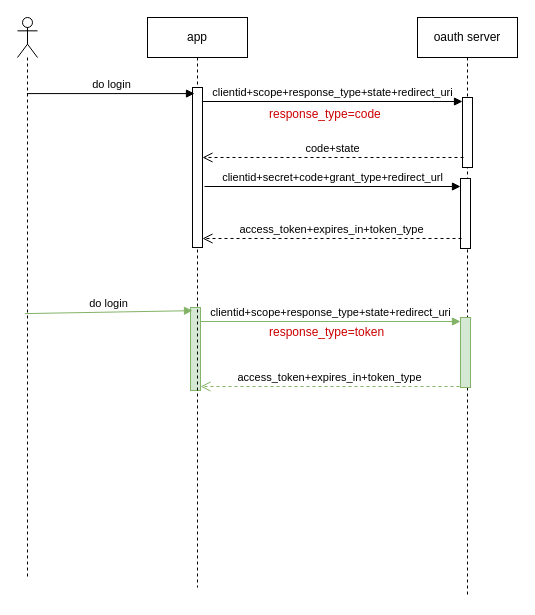
The draw.io diagram oauth2认证.drawio in guowenshuai/draw.io, before the edit. Source tidied: cells renumbered, new cells numbered last; positions are measured from the earlier drawing's top-left corner, leaving out a move shared by most shapes. Both pictures are drawn from the tidied source at 100%, with x=0, y=0 at pixel (17, 17).
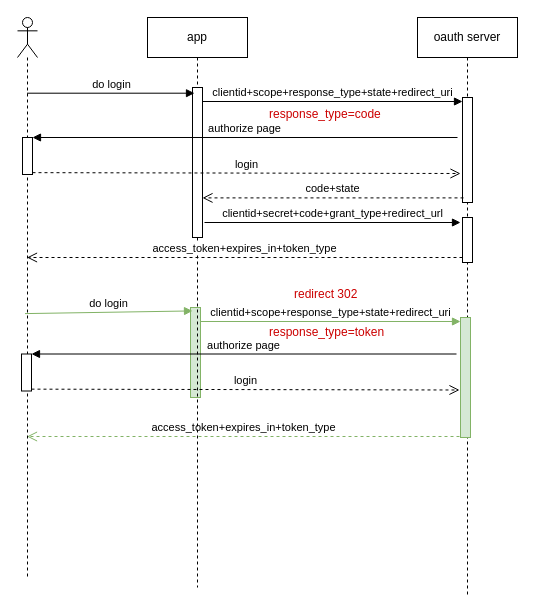
Above is the later version.

The change refers to these unchanged cells:
```xml
<mxCell id="2" value="oauth server" style="shape=umlLifeline;perimeter=lifelinePerimeter;whiteSpace=wrap;html=1;" parent="1" vertex="1">
  <mxGeometry x="400" width="100" height="580" as="geometry" />
</mxCell>
<mxCell id="9" style="shape=umlLifeline;participant=umlActor;perimeter=lifelinePerimeter;whiteSpace=wrap;html=1;verticalAlign=top;spacingTop=36;labelBackgroundColor=#ffffff;outlineConnect=0;" parent="1" vertex="1">
  <mxGeometry width="20" height="560" as="geometry" />
</mxCell>
<mxCell id="10" value="app" style="shape=umlLifeline;perimeter=lifelinePerimeter;whiteSpace=wrap;html=1;" parent="1" vertex="1">
  <mxGeometry x="130" width="100" height="570" as="geometry" />
</mxCell>
```

The edit, as a diff of the source:
```diff
@@
     <mxCell id="3" style="html=1;points=[];perimeter=orthogonalPerimeter;" parent="2" vertex="1">
-      <mxGeometry x="45" y="80" width="10" height="70" as="geometry" />
+      <mxGeometry x="45" y="80" width="10" height="105" as="geometry" />
     </mxCell>
     <mxCell id="4" style="html=1;perimeter=orthogonalPerimeter;fillColor=#d5e8d4;strokeColor=#82b366;" parent="2" vertex="1">
-      <mxGeometry x="43" y="300" width="10" height="70" as="geometry" />
+      <mxGeometry x="43" y="300" width="10" height="120" as="geometry" />
     </mxCell>
     <mxCell id="5" style="html=1;points=[];perimeter=orthogonalPerimeter;fillColor=#d5e8d4;strokeColor=#82b366;" parent="2" vertex="1">
-      <mxGeometry x="-227" y="290" width="10" height="83" as="geometry" />
+      <mxGeometry x="-227" y="290" width="10" height="90" as="geometry" />
     </mxCell>
@@
-    <mxCell id="8" value="access_token+expires_in+token_type" style="html=1;verticalAlign=bottom;endArrow=open;dashed=1;endSize=8;exitX=0.1;exitY=0.857;exitDx=0;exitDy=0;exitPerimeter=0;fillColor=#d5e8d4;strokeColor=#82b366;" parent="2" edge="1">
+    <mxCell id="8" value="access_token+expires_in+token_type" style="html=1;verticalAlign=bottom;endArrow=open;dashed=1;endSize=8;exitX=0.1;exitY=0.857;exitDx=0;exitDy=0;exitPerimeter=0;fillColor=#d5e8d4;strokeColor=#82b366;" parent="2" edge="1" target="9">
       <mxGeometry relative="1" as="geometry">
-        <mxPoint x="42" y="369" as="sourcePoint" />
-        <mxPoint x="-217" y="369" as="targetPoint" />
+        <mxPoint x="42" y="419" as="sourcePoint" />
       </mxGeometry>
     </mxCell>
+    <mxCell id="20" style="html=1;points=[];perimeter=orthogonalPerimeter;" parent="2" vertex="1">
+      <mxGeometry x="45" y="200" width="10" height="45" as="geometry" />
+    </mxCell>
@@
+    <mxCell id="21" style="html=1;points=[];perimeter=orthogonalPerimeter;fontColor=#CC0000;" parent="9" vertex="1">
+      <mxGeometry x="5" y="120" width="10" height="37" as="geometry" />
+    </mxCell>
+    <mxCell id="22" style="html=1;points=[];perimeter=orthogonalPerimeter;fontColor=#CC0000;" parent="9" vertex="1">
+      <mxGeometry x="4" y="336.5" width="10" height="37" as="geometry" />
+    </mxCell>
+    <mxCell id="23" value="authorize page" style="html=1;verticalAlign=bottom;endArrow=block;entryX=1;entryY=0;fontColor=#000000;" parent="9" edge="1" target="22">
+      <mxGeometry relative="1" as="geometry">
+        <mxPoint x="439" y="336.5" as="sourcePoint" />
+      </mxGeometry>
+    </mxCell>
+    <mxCell id="24" value="login" style="html=1;verticalAlign=bottom;endArrow=open;dashed=1;endSize=8;exitX=1;exitY=0.95;fontColor=#000000;entryX=0;entryY=0.783;entryDx=0;entryDy=0;entryPerimeter=0;" parent="9" edge="1" source="22">
+      <mxGeometry relative="1" as="geometry">
+        <mxPoint x="442" y="372.5" as="targetPoint" />
+      </mxGeometry>
+    </mxCell>
@@
     <mxCell id="11" style="html=1;points=[];perimeter=orthogonalPerimeter;" parent="10" vertex="1">
-      <mxGeometry x="45" y="70" width="10" height="160" as="geometry" />
+      <mxGeometry x="45" y="70" width="10" height="150" as="geometry" />
     </mxCell>
@@
-    <mxCell id="14" value="code+state" style="html=1;verticalAlign=bottom;endArrow=open;dashed=1;endSize=8;exitX=0.1;exitY=0.857;exitDx=0;exitDy=0;exitPerimeter=0;" parent="1" edge="1" source="3" target="11">
-      <mxGeometry relative="1" as="geometry" />
+    <mxCell id="14" value="code+state" style="html=1;verticalAlign=bottom;endArrow=open;dashed=1;endSize=8;exitX=0.1;exitY=0.857;exitDx=0;exitDy=0;exitPerimeter=0;" parent="1" edge="1">
+      <mxGeometry relative="1" as="geometry">
+        <mxPoint x="446" y="180.4" as="sourcePoint" />
+        <mxPoint x="185" y="180.4" as="targetPoint" />
+      </mxGeometry>
     </mxCell>
-    <mxCell id="15" style="html=1;points=[];perimeter=orthogonalPerimeter;" parent="1" vertex="1">
-      <mxGeometry x="443" y="161" width="10" height="70" as="geometry" />
-    </mxCell>
     <mxCell id="16" value="clientid+secret+code+grant_type+redirect_url" style="html=1;verticalAlign=bottom;endArrow=block;exitX=1.2;exitY=0.756;exitDx=0;exitDy=0;exitPerimeter=0;" parent="1" edge="1">
       <mxGeometry relative="1" as="geometry">
-        <mxPoint x="187" y="169" as="sourcePoint" />
-        <mxPoint x="443" y="169" as="targetPoint" />
+        <mxPoint x="187" y="205" as="sourcePoint" />
+        <mxPoint x="443" y="205" as="targetPoint" />
       </mxGeometry>
     </mxCell>
-    <mxCell id="17" value="access_token+expires_in+token_type" style="html=1;verticalAlign=bottom;endArrow=open;dashed=1;endSize=8;exitX=0.1;exitY=0.857;exitDx=0;exitDy=0;exitPerimeter=0;" parent="1" edge="1" source="15" target="11">
-      <mxGeometry relative="1" as="geometry" />
+    <mxCell id="17" value="access_token+expires_in+token_type" style="html=1;verticalAlign=bottom;endArrow=open;dashed=1;endSize=8;" parent="1" edge="1" source="20" target="9">
+      <mxGeometry relative="1" as="geometry">
+        <Array as="points">
+          <mxPoint x="310" y="240" />
+        </Array>
+      </mxGeometry>
     </mxCell>
@@
+    <mxCell id="25" value="redirect 302" style="text;html=1;align=left;verticalAlign=top;spacingTop=-4;fontColor=#CC0000;" parent="1" vertex="1">
+      <mxGeometry x="275" y="267" width="80" height="20" as="geometry" />
+    </mxCell>
+    <mxCell id="26" value="authorize page" style="html=1;verticalAlign=bottom;endArrow=block;entryX=1;entryY=0;fontColor=#000000;" parent="1" edge="1" target="21">
+      <mxGeometry relative="1" as="geometry">
+        <mxPoint x="440" y="120" as="sourcePoint" />
+      </mxGeometry>
+    </mxCell>
+    <mxCell id="27" value="login" style="html=1;verticalAlign=bottom;endArrow=open;dashed=1;endSize=8;exitX=1;exitY=0.95;fontColor=#000000;entryX=0;entryY=0.783;entryDx=0;entryDy=0;entryPerimeter=0;" parent="1" edge="1" source="21">
+      <mxGeometry relative="1" as="geometry">
+        <mxPoint x="443" y="156" as="targetPoint" />
+      </mxGeometry>
+    </mxCell>
```
